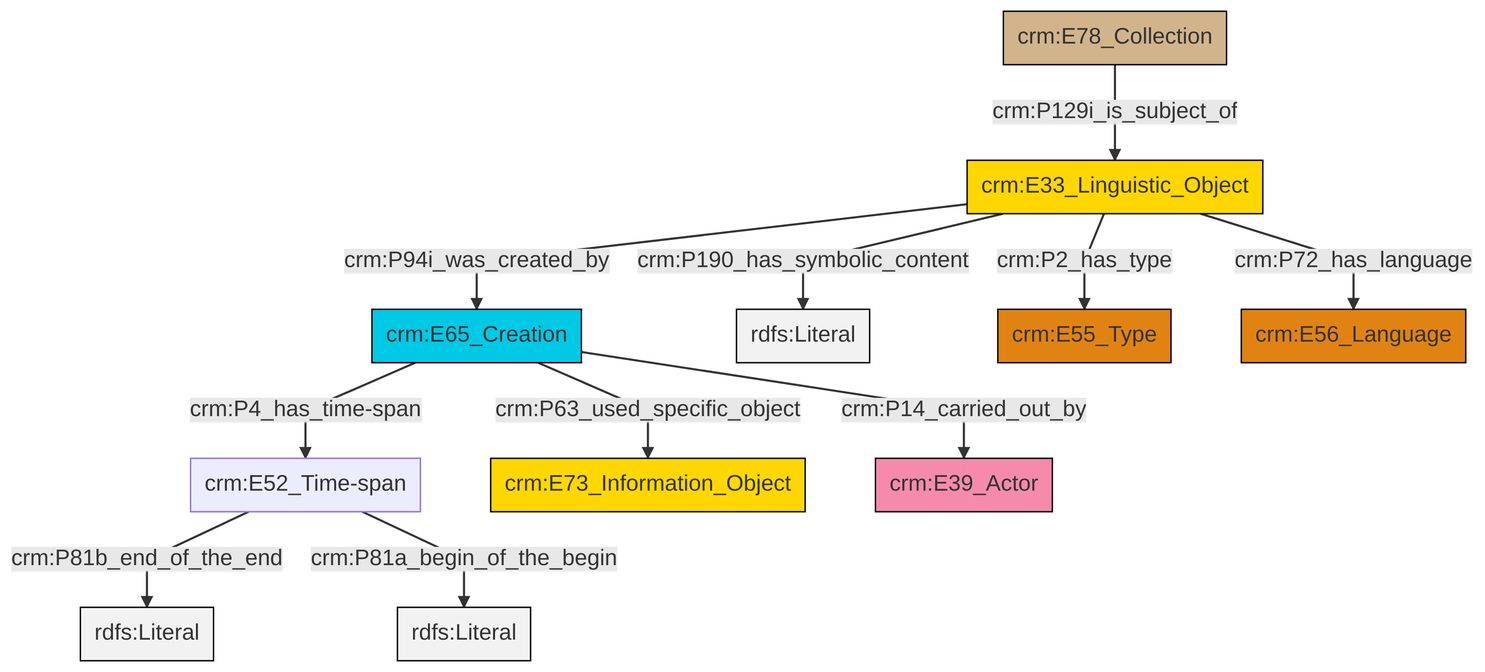
The Mermaid diagram et/archivalCSV/ttl/mmd/png/archival_desc.png in swiss-art-research-net/docs.swissartresearch, before a commit. Its source is kept beside it as et/archivalCSV/ttl/mmd/archival_desc.ttl.mmd.
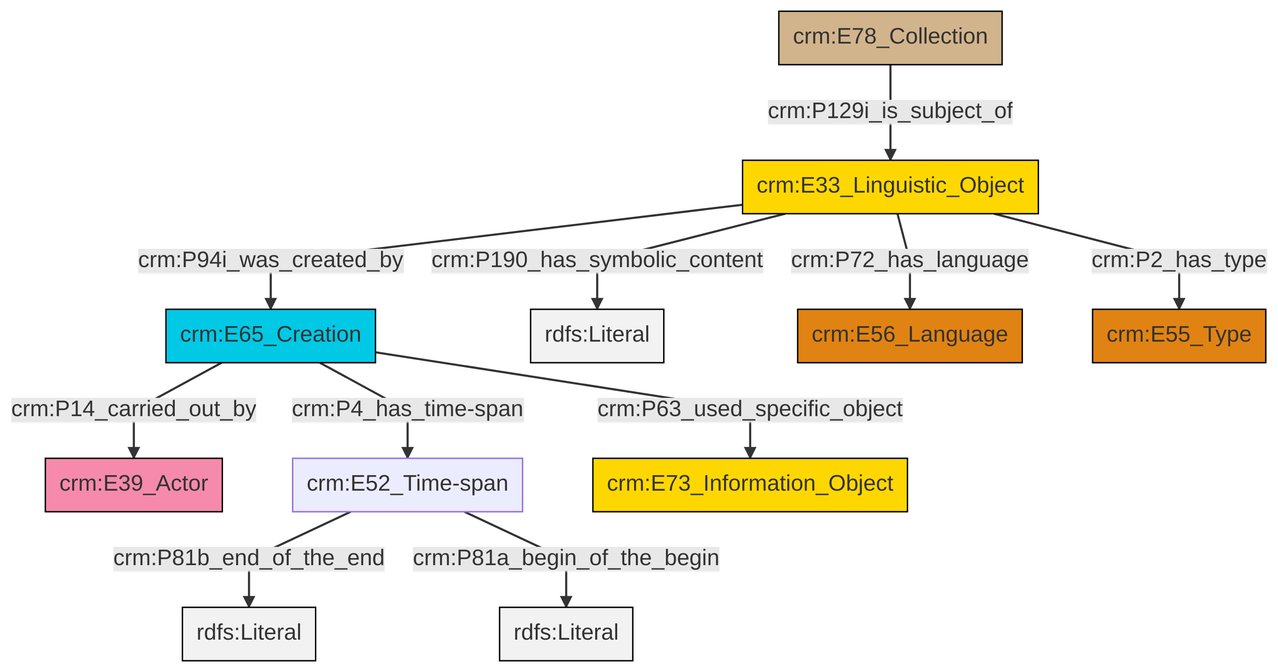
Above is the later version.

Diff of the diagram source:
```diff
@@ -13,13 +13,13 @@
 classDef PC_Classes fill:#4ce600, stroke:#000000;
 classDef Multi fill:#cccccc,stroke:#000000;
 
-2["crm:E33_Linguistic_Object"]:::Conceptual_Object -->|crm:P190_has_symbolic_content| 4[rdfs:Literal]:::Literal
-2["crm:E33_Linguistic_Object"]:::Conceptual_Object -->|crm:P2_has_type| 5["crm:E55_Type"]:::Type
-2["crm:E33_Linguistic_Object"]:::Conceptual_Object -->|crm:P94i_was_created_by| 0["crm:E65_Creation"]:::Temporal_Entity
-0["crm:E65_Creation"]:::Temporal_Entity -->|crm:P4_has_time-span| 6["crm:E52_Time-span"]:::Default
-10["crm:E78_Collection"]:::Physical_Thing -->|crm:P129i_is_subject_of| 2["crm:E33_Linguistic_Object"]:::Conceptual_Object
-0["crm:E65_Creation"]:::Temporal_Entity -->|crm:P63_used_specific_object| 8["crm:E73_Information_Object"]:::Conceptual_Object
-6["crm:E52_Time-span"]:::Default -->|crm:P81b_end_of_the_end| 12[rdfs:Literal]:::Literal
-0["crm:E65_Creation"]:::Temporal_Entity -->|crm:P14_carried_out_by| 13["crm:E39_Actor"]:::Actor
-6["crm:E52_Time-span"]:::Default -->|crm:P81a_begin_of_the_begin| 16[rdfs:Literal]:::Literal
-2["crm:E33_Linguistic_Object"]:::Conceptual_Object -->|crm:P72_has_language| 17["crm:E56_Language"]:::Type
+2["crm:E33_Linguistic_Object"]:::Conceptual_Object -->|crm:P94i_was_created_by| 3["crm:E65_Creation"]:::Temporal_Entity
+2["crm:E33_Linguistic_Object"]:::Conceptual_Object -->|crm:P190_has_symbolic_content| 6[rdfs:Literal]:::Literal
+3["crm:E65_Creation"]:::Temporal_Entity -->|crm:P4_has_time-span| 7["crm:E52_Time-span"]:::Default
+3["crm:E65_Creation"]:::Temporal_Entity -->|crm:P14_carried_out_by| 0["crm:E39_Actor"]:::Actor
+7["crm:E52_Time-span"]:::Default -->|crm:P81b_end_of_the_end| 11[rdfs:Literal]:::Literal
+2["crm:E33_Linguistic_Object"]:::Conceptual_Object -->|crm:P72_has_language| 9["crm:E56_Language"]:::Type
+3["crm:E65_Creation"]:::Temporal_Entity -->|crm:P63_used_specific_object| 13["crm:E73_Information_Object"]:::Conceptual_Object
+2["crm:E33_Linguistic_Object"]:::Conceptual_Object -->|crm:P2_has_type| 15["crm:E55_Type"]:::Type
+4["crm:E78_Collection"]:::Physical_Thing -->|crm:P129i_is_subject_of| 2["crm:E33_Linguistic_Object"]:::Conceptual_Object
+7["crm:E52_Time-span"]:::Default -->|crm:P81a_begin_of_the_begin| 18[rdfs:Literal]:::Literal
```
